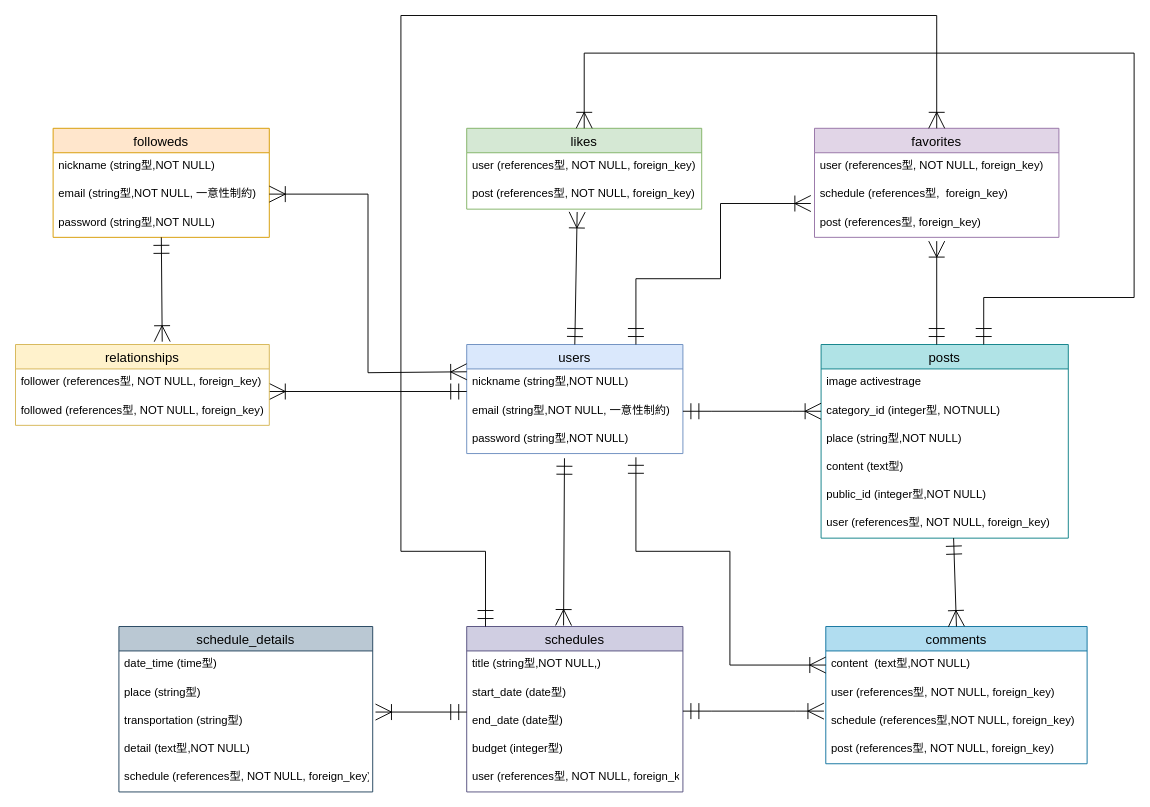
This is test.dio from konigorikun/WanderList, a draw.io file, before an edit. Source tidied: cells renumbered, new cells numbered last; positions are measured from the earlier drawing's top-left corner, leaving out a move shared by most shapes. Both pictures are drawn from the tidied source at 94%, with x=0, y=0 at pixel (15, 15).
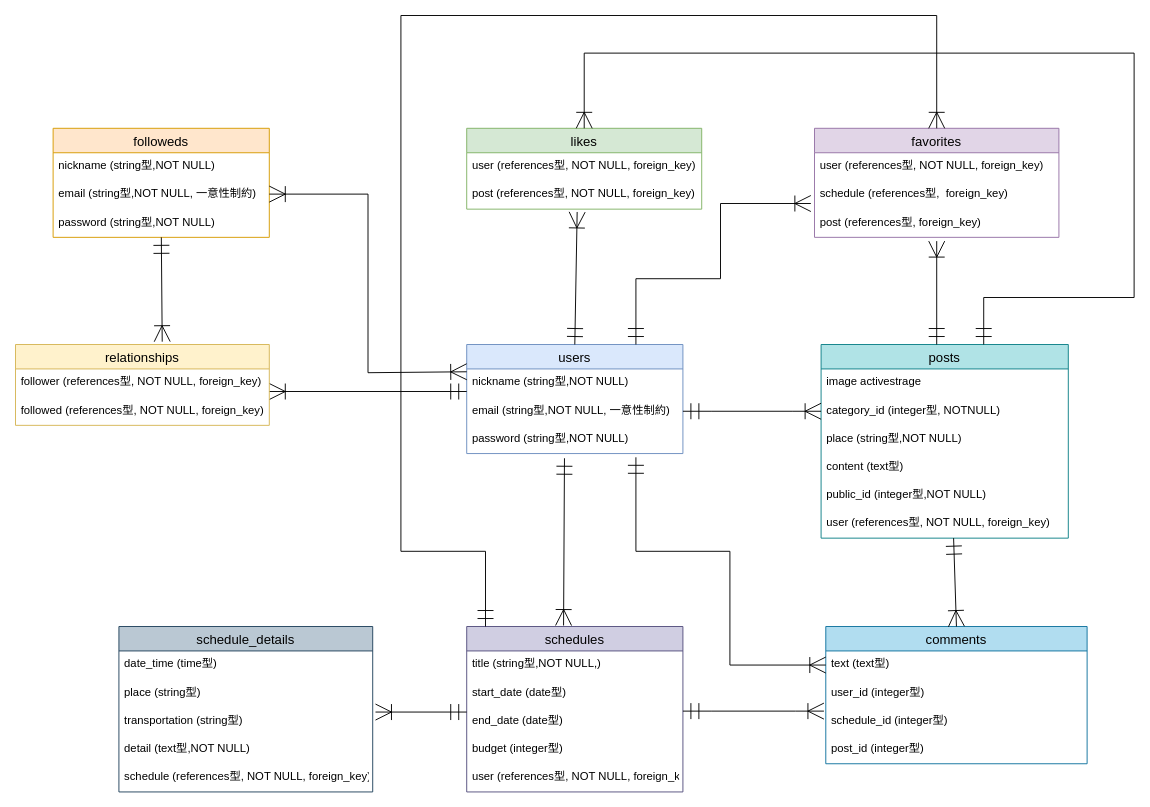
After the change.

The change refers to these unchanged cells:
```xml
<mxCell id="22" value="comments" style="swimlane;fontStyle=0;horizontal=1;startSize=26;align=center;fontSize=14;rounded=0;fillColor=#b1ddf0;strokeColor=#10739e;" parent="1" vertex="1">
  <mxGeometry x="862" y="650" width="278" height="146" as="geometry" />
</mxCell>
```

The edit, as a diff of the source:
```diff
@@
-    <mxCell id="23" value="content  (text型,NOT NULL)" style="text;strokeColor=none;fillColor=none;spacingLeft=4;spacingRight=4;overflow=hidden;points=[[0,0.5],[1,0.5]];portConstraint=eastwest;fontSize=12;rounded=0;" parent="22" vertex="1">
+    <mxCell id="23" value="text (text型)" style="text;strokeColor=none;fillColor=none;spacingLeft=4;spacingRight=4;overflow=hidden;points=[[0,0.5],[1,0.5]];portConstraint=eastwest;fontSize=12;rounded=0;" parent="22" vertex="1">
       <mxGeometry y="26" width="278" height="30" as="geometry" />
     </mxCell>
-    <mxCell id="24" value="user (references型, NOT NULL, foreign_key)" style="text;strokeColor=none;fillColor=none;spacingLeft=4;spacingRight=4;overflow=hidden;fontSize=12;rounded=0;" parent="22" vertex="1">
+    <mxCell id="24" value="user_id (integer型)" style="text;strokeColor=none;fillColor=none;spacingLeft=4;spacingRight=4;overflow=hidden;fontSize=12;rounded=0;" parent="22" vertex="1">
       <mxGeometry y="56" width="278" height="30" as="geometry" />
     </mxCell>
-    <mxCell id="25" value="schedule (references型,NOT NULL, foreign_key)" style="text;strokeColor=none;fillColor=none;spacingLeft=4;spacingRight=4;overflow=hidden;fontSize=12;rounded=0;" parent="22" vertex="1">
+    <mxCell id="25" value="schedule_id (integer型)" style="text;strokeColor=none;fillColor=none;spacingLeft=4;spacingRight=4;overflow=hidden;fontSize=12;rounded=0;" parent="22" vertex="1">
       <mxGeometry y="86" width="278" height="30" as="geometry" />
     </mxCell>
-    <mxCell id="26" value="post (references型, NOT NULL, foreign_key)" style="text;strokeColor=none;fillColor=none;spacingLeft=4;spacingRight=4;overflow=hidden;fontSize=12;rounded=0;" parent="22" vertex="1">
+    <mxCell id="26" value="post_id (integer型)" style="text;strokeColor=none;fillColor=none;spacingLeft=4;spacingRight=4;overflow=hidden;fontSize=12;rounded=0;" parent="22" vertex="1">
       <mxGeometry y="116" width="278" height="30" as="geometry" />
     </mxCell>
```
